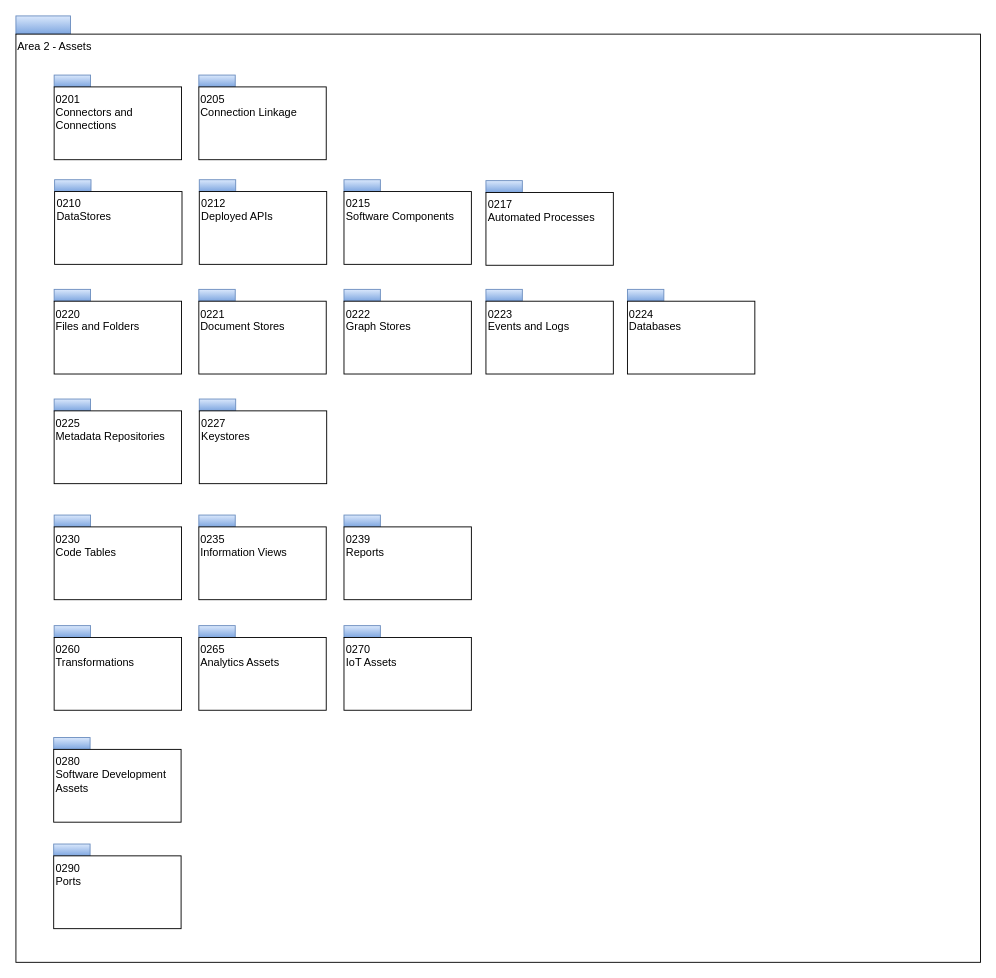
The draw.io diagram page "Overview" (1 of 11) of open-metadata-publication/website/open-metadata-types/area-2-assets.drawio in planetf1/egeria, before the edit. Source tidied: cells renumbered, new cells numbered last; positions are measured from the earlier drawing's top-left corner, leaving out a move shared by most shapes. Both pictures are drawn from the tidied source at 91%, with x=0, y=0 at pixel (15, 15).
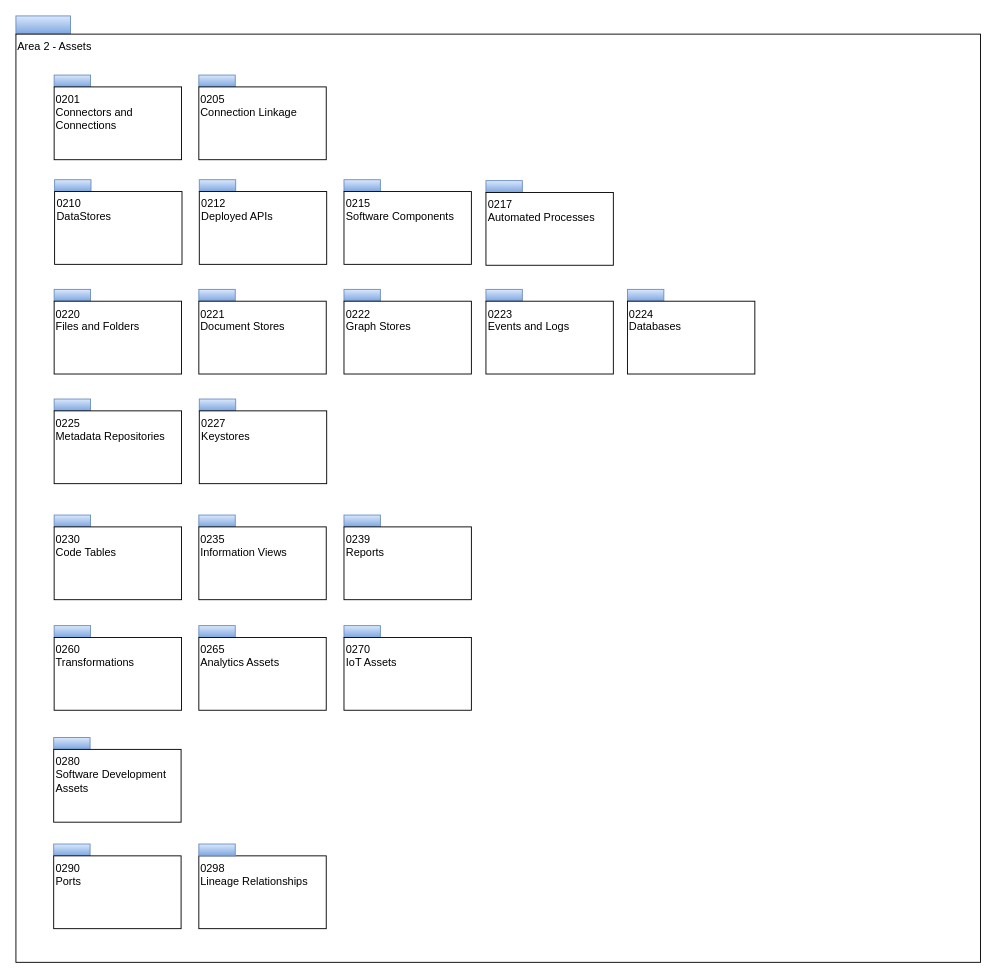
The same diagram, later.

Change to the diagram source:
```diff
@@
+    <mxCell id="46" value="0298&lt;br&gt;Lineage Relationships" style="rounded=0;whiteSpace=wrap;html=1;align=left;verticalAlign=top;" parent="1" vertex="1">
+      <mxGeometry x="201" y="923" width="140" height="80" as="geometry" />
+    </mxCell>
+    <mxCell id="47" style="rounded=0;whiteSpace=wrap;html=1;align=left;fillColor=#dae8fc;strokeColor=#6c8ebf;gradientColor=#7ea6e0;" parent="1" vertex="1">
+      <mxGeometry x="201" y="910" width="40" height="13" as="geometry" />
+    </mxCell>
```
